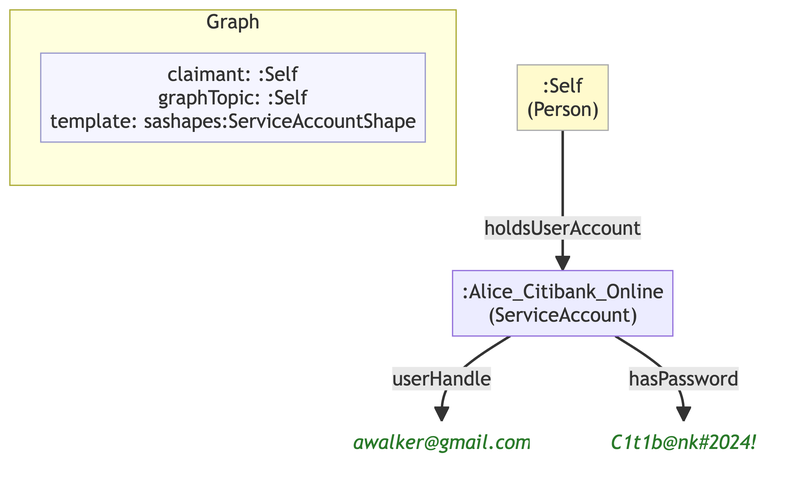
Earlier version of the Mermaid export example/graphs/images/graph-75.png (MeeFoundation/mia-ontologies). Its source is kept beside it as example/graphs/images/graph-75.mmd.
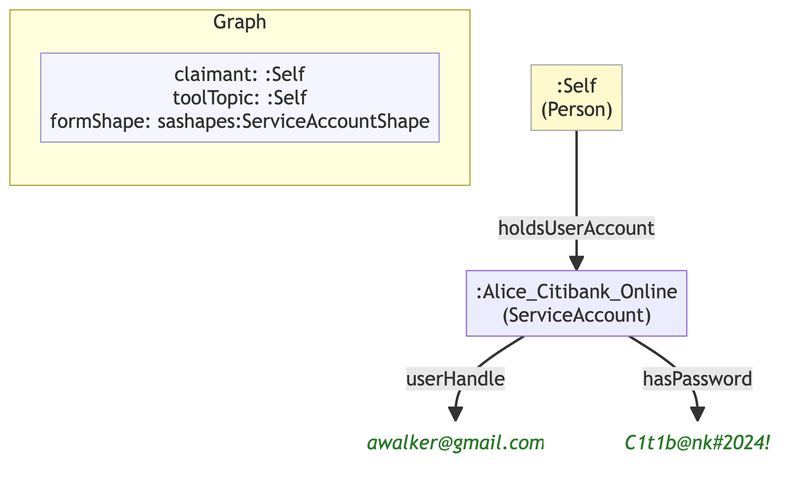
After the commit.

Diff of the diagram source:
```diff
@@ -7,14 +7,14 @@
 
     subgraph ctx["Graph"]
         direction LR
-        ctx_meta["claimant: :Self\ngraphTopic: :Self\ntemplate: sashapes:ServiceAccountShape"]:::meta
+        ctx_meta["claimant: :Self\ntoolTopic: :Self\nformShape: sashapes:ServiceAccountShape"]:::meta
     end
 
-    nd168547b019a[":Alice_Citibank_Online\n(ServiceAccount)"]
-    n6ca0a0131dbe("awalker@gmail.com"):::lit
-    n7342ed3a24fa("C1t1b@nk#2024!"):::lit
-    ne0c3ba92f1db[":Self\n(Person)"]:::person
+    n075fd8d7ca17[":Alice_Citibank_Online\n(ServiceAccount)"]
+    nff8118a747ca("awalker@gmail.com"):::lit
+    nf0ebb1137af5("C1t1b@nk#2024!"):::lit
+    n655e442e50be[":Self\n(Person)"]:::person
 
-    nd168547b019a -->|"userHandle"| n6ca0a0131dbe
-    nd168547b019a -->|"hasPassword"| n7342ed3a24fa
-    ne0c3ba92f1db -->|"holdsUserAccount"| nd168547b019a
+    n075fd8d7ca17 -->|"userHandle"| nff8118a747ca
+    n075fd8d7ca17 -->|"hasPassword"| nf0ebb1137af5
+    n655e442e50be -->|"holdsUserAccount"| n075fd8d7ca17
```
